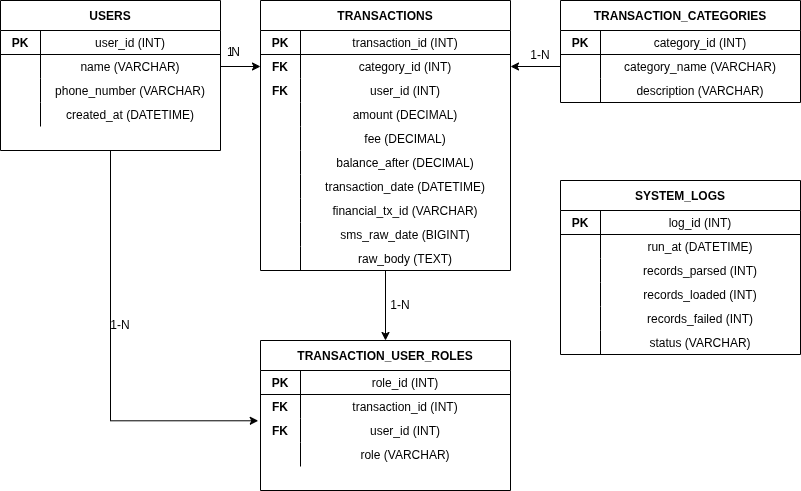
Earlier version of the draw.io export docs/erd_diagram.drawio.png (LorrisHIRA/momo-data-pipeline). Source tidied: cells renumbered, new cells last; positions are measured from the earlier drawing's top-left corner, leaving out a move shared by most shapes.
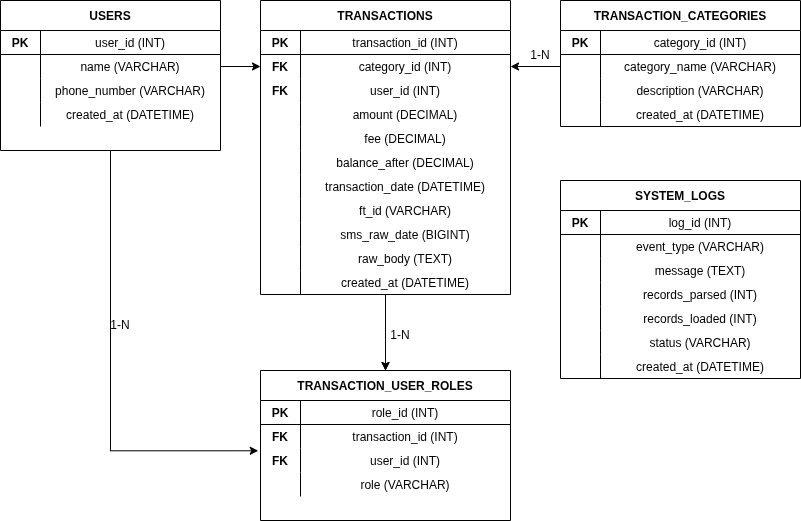
The same diagram one commit later.

Commit message:
updated erd with missing columns

What changed in the source:
```diff
@@ -42,7 +42,7 @@
       <mxGeometry x="40" width="180" height="24" as="geometry" />
     </mxCell>
     <mxCell id="15" value="TRANSACTION_CATEGORIES" style="shape=table;startSize=30;rowLines=0;fontStyle=1;align=center;" parent="1" vertex="1">
-      <mxGeometry x="560" width="240" height="102" as="geometry" />
+      <mxGeometry x="560" width="240" height="126" as="geometry" />
     </mxCell>
     <mxCell id="16" style="shape=tableRow;horizontal=0;startSize=0;swimlaneHead=0;swimlaneBody=0;fillColor=none;fontSize=12;top=0;left=0;right=0;bottom=1;" parent="15" vertex="1">
       <mxGeometry y="30" width="240" height="24" as="geometry" />
@@ -71,11 +71,20 @@
     <mxCell id="24" value="description (VARCHAR)" style="shape=partialRectangle;fillColor=none;top=0;left=0;bottom=0;right=0;" parent="22" vertex="1">
       <mxGeometry x="40" width="200" height="24" as="geometry" />
     </mxCell>
+    <mxCell id="97" style="shape=tableRow;horizontal=0;startSize=0;swimlaneHead=0;swimlaneBody=0;fillColor=none;fontSize=12;top=0;left=0;right=0;bottom=0;" parent="15" vertex="1">
+      <mxGeometry y="102" width="240" height="24" as="geometry" />
+    </mxCell>
+    <mxCell id="98" style="shape=partialRectangle;fillColor=none;top=0;left=0;bottom=0;right=0;" parent="97" vertex="1">
+      <mxGeometry width="40" height="24" as="geometry" />
+    </mxCell>
+    <mxCell id="99" value="created_at (DATETIME)" style="shape=partialRectangle;fillColor=none;top=0;left=0;bottom=0;right=0;" parent="97" vertex="1">
+      <mxGeometry x="40" width="200" height="24" as="geometry" />
+    </mxCell>
     <mxCell id="25" style="edgeStyle=orthogonalEdgeStyle;rounded=0;jettySize=auto;html=1;entryX=0.5;entryY=0;entryDx=0;entryDy=0;" parent="1" edge="1" source="26" target="57">
       <mxGeometry relative="1" as="geometry" />
     </mxCell>
     <mxCell id="26" value="TRANSACTIONS" style="shape=table;startSize=30;rowLines=0;fontStyle=1;align=center;" parent="1" vertex="1">
-      <mxGeometry x="260" width="250" height="270" as="geometry" />
+      <mxGeometry x="260" width="250" height="294" as="geometry" />
     </mxCell>
     <mxCell id="27" style="shape=tableRow;horizontal=0;startSize=0;swimlaneHead=0;swimlaneBody=0;fillColor=none;fontSize=12;top=0;left=0;right=0;bottom=1;" parent="26" vertex="1">
       <mxGeometry y="30" width="250" height="24" as="geometry" />
@@ -146,7 +155,7 @@
     <mxCell id="49" style="shape=partialRectangle;fillColor=none;top=0;left=0;bottom=0;right=0;" parent="48" vertex="1">
       <mxGeometry width="40" height="24" as="geometry" />
     </mxCell>
-    <mxCell id="50" value="financial_tx_id (VARCHAR)" style="shape=partialRectangle;fillColor=none;top=0;left=0;bottom=0;right=0;" parent="48" vertex="1">
+    <mxCell id="50" value="ft_id (VARCHAR)" style="shape=partialRectangle;fillColor=none;top=0;left=0;bottom=0;right=0;" parent="48" vertex="1">
       <mxGeometry x="40" width="210" height="24" as="geometry" />
     </mxCell>
     <mxCell id="51" style="shape=tableRow;horizontal=0;startSize=0;swimlaneHead=0;swimlaneBody=0;fillColor=none;fontSize=12;top=0;left=0;right=0;bottom=0;" parent="26" vertex="1">
@@ -167,8 +176,17 @@
     <mxCell id="56" value="raw_body (TEXT)" style="shape=partialRectangle;fillColor=none;top=0;left=0;bottom=0;right=0;" parent="54" vertex="1">
       <mxGeometry x="40" width="210" height="24" as="geometry" />
     </mxCell>
+    <mxCell id="100" style="shape=tableRow;horizontal=0;startSize=0;swimlaneHead=0;swimlaneBody=0;fillColor=none;fontSize=12;top=0;left=0;right=0;bottom=0;" parent="26" vertex="1">
+      <mxGeometry y="270" width="250" height="24" as="geometry" />
+    </mxCell>
+    <mxCell id="101" style="shape=partialRectangle;fillColor=none;top=0;left=0;bottom=0;right=0;" parent="100" vertex="1">
+      <mxGeometry width="40" height="24" as="geometry" />
+    </mxCell>
+    <mxCell id="102" value="created_at (DATETIME)" style="shape=partialRectangle;fillColor=none;top=0;left=0;bottom=0;right=0;" parent="100" vertex="1">
+      <mxGeometry x="40" width="210" height="24" as="geometry" />
+    </mxCell>
     <mxCell id="57" value="TRANSACTION_USER_ROLES" style="shape=table;startSize=30;rowLines=0;fontStyle=1;align=center;" parent="1" vertex="1">
-      <mxGeometry x="260" y="340" width="250" height="150" as="geometry" />
+      <mxGeometry x="260" y="370" width="250" height="150" as="geometry" />
     </mxCell>
     <mxCell id="58" style="shape=tableRow;horizontal=0;startSize=0;swimlaneHead=0;swimlaneBody=0;fillColor=none;fontSize=12;top=0;left=0;right=0;bottom=1;" parent="57" vertex="1">
       <mxGeometry y="30" width="250" height="24" as="geometry" />
@@ -207,7 +225,7 @@
       <mxGeometry x="40" width="210" height="24" as="geometry" />
     </mxCell>
     <mxCell id="70" value="SYSTEM_LOGS" style="shape=table;startSize=30;rowLines=0;fontStyle=1;align=center;" parent="1" vertex="1">
-      <mxGeometry x="560" y="180" width="240" height="174" as="geometry" />
+      <mxGeometry x="560" y="180" width="240" height="198" as="geometry" />
     </mxCell>
     <mxCell id="71" style="shape=tableRow;horizontal=0;startSize=0;swimlaneHead=0;swimlaneBody=0;fillColor=none;fontSize=12;top=0;left=0;right=0;bottom=1;" parent="70" vertex="1">
       <mxGeometry y="30" width="240" height="24" as="geometry" />
@@ -224,7 +242,7 @@
     <mxCell id="75" style="shape=partialRectangle;fillColor=none;top=0;left=0;bottom=0;right=0;" parent="74" vertex="1">
       <mxGeometry width="40" height="24" as="geometry" />
     </mxCell>
-    <mxCell id="76" value="run_at (DATETIME)" style="shape=partialRectangle;fillColor=none;top=0;left=0;bottom=0;right=0;" parent="74" vertex="1">
+    <mxCell id="76" value="event_type (VARCHAR)" style="shape=partialRectangle;fillColor=none;top=0;left=0;bottom=0;right=0;" parent="74" vertex="1">
       <mxGeometry x="40" width="200" height="24" as="geometry" />
     </mxCell>
     <mxCell id="77" style="shape=tableRow;horizontal=0;startSize=0;swimlaneHead=0;swimlaneBody=0;fillColor=none;fontSize=12;top=0;left=0;right=0;bottom=0;" parent="70" vertex="1">
@@ -233,7 +251,7 @@
     <mxCell id="78" style="shape=partialRectangle;fillColor=none;top=0;left=0;bottom=0;right=0;" parent="77" vertex="1">
       <mxGeometry width="40" height="24" as="geometry" />
     </mxCell>
-    <mxCell id="79" value="records_parsed (INT)" style="shape=partialRectangle;fillColor=none;top=0;left=0;bottom=0;right=0;" parent="77" vertex="1">
+    <mxCell id="79" value="message (TEXT)" style="shape=partialRectangle;fillColor=none;top=0;left=0;bottom=0;right=0;" parent="77" vertex="1">
       <mxGeometry x="40" width="200" height="24" as="geometry" />
     </mxCell>
     <mxCell id="80" style="shape=tableRow;horizontal=0;startSize=0;swimlaneHead=0;swimlaneBody=0;fillColor=none;fontSize=12;top=0;left=0;right=0;bottom=0;" parent="70" vertex="1">
@@ -242,7 +260,7 @@
     <mxCell id="81" style="shape=partialRectangle;fillColor=none;top=0;left=0;bottom=0;right=0;" parent="80" vertex="1">
       <mxGeometry width="40" height="24" as="geometry" />
     </mxCell>
-    <mxCell id="82" value="records_loaded (INT)" style="shape=partialRectangle;fillColor=none;top=0;left=0;bottom=0;right=0;" parent="80" vertex="1">
+    <mxCell id="82" value="records_parsed (INT)" style="shape=partialRectangle;fillColor=none;top=0;left=0;bottom=0;right=0;" parent="80" vertex="1">
       <mxGeometry x="40" width="200" height="24" as="geometry" />
     </mxCell>
     <mxCell id="83" style="shape=tableRow;horizontal=0;startSize=0;swimlaneHead=0;swimlaneBody=0;fillColor=none;fontSize=12;top=0;left=0;right=0;bottom=0;" parent="70" vertex="1">
@@ -251,7 +269,7 @@
     <mxCell id="84" style="shape=partialRectangle;fillColor=none;top=0;left=0;bottom=0;right=0;" parent="83" vertex="1">
       <mxGeometry width="40" height="24" as="geometry" />
     </mxCell>
-    <mxCell id="85" value="records_failed (INT)" style="shape=partialRectangle;fillColor=none;top=0;left=0;bottom=0;right=0;" parent="83" vertex="1">
+    <mxCell id="85" value="records_loaded (INT)" style="shape=partialRectangle;fillColor=none;top=0;left=0;bottom=0;right=0;" parent="83" vertex="1">
       <mxGeometry x="40" width="200" height="24" as="geometry" />
     </mxCell>
     <mxCell id="86" style="shape=tableRow;horizontal=0;startSize=0;swimlaneHead=0;swimlaneBody=0;fillColor=none;fontSize=12;top=0;left=0;right=0;bottom=0;" parent="70" vertex="1">
@@ -263,18 +281,24 @@
     <mxCell id="88" value="status (VARCHAR)" style="shape=partialRectangle;fillColor=none;top=0;left=0;bottom=0;right=0;" parent="86" vertex="1">
       <mxGeometry x="40" width="200" height="24" as="geometry" />
     </mxCell>
-    <mxCell id="89" value="1" style="html=1;align=left;verticalAlign=bottom;labelBackgroundColor=none;fontSize=12;" parent="1" vertex="1">
-      <mxGeometry x="225" y="60" as="geometry" />
-    </mxCell>
-    <mxCell id="90" value="N" style="html=1;align=right;verticalAlign=bottom;labelBackgroundColor=none;fontSize=12;" parent="1" vertex="1">
-      <mxGeometry x="240" y="60" as="geometry" />
-    </mxCell>
+    <mxCell id="103" style="shape=tableRow;horizontal=0;startSize=0;swimlaneHead=0;swimlaneBody=0;fillColor=none;fontSize=12;top=0;left=0;right=0;bottom=0;" parent="70" vertex="1">
+      <mxGeometry y="174" width="240" height="24" as="geometry" />
+    </mxCell>
+    <mxCell id="104" style="shape=partialRectangle;fillColor=none;top=0;left=0;bottom=0;right=0;" parent="103" vertex="1">
+      <mxGeometry width="40" height="24" as="geometry" />
+    </mxCell>
+    <mxCell id="105" value="created_at (DATETIME)" style="shape=partialRectangle;fillColor=none;top=0;left=0;bottom=0;right=0;" parent="103" vertex="1">
+      <mxGeometry x="40" width="200" height="24" as="geometry" />
+    </mxCell>
     <mxCell id="91" style="edgeStyle=orthogonalEdgeStyle;rounded=0;jettySize=auto;html=1;exitX=1;exitY=0.5;exitDx=0;exitDy=0;entryX=0;entryY=0.5;entryDx=0;entryDy=0;" parent="1" edge="1" source="6" target="30">
       <mxGeometry relative="1" as="geometry" />
     </mxCell>
     <mxCell id="92" style="edgeStyle=orthogonalEdgeStyle;rounded=0;jettySize=auto;html=1;entryX=1;entryY=0.5;entryDx=0;entryDy=0;" parent="1" edge="1" source="19" target="30">
       <mxGeometry relative="1" as="geometry" />
     </mxCell>
+    <mxCell id="89" style="edgeStyle=orthogonalEdgeStyle;rounded=0;jettySize=auto;html=1;entryX=0.5;entryY=0;entryDx=0;entryDy=0;" parent="1" edge="1" source="26" target="57">
+      <mxGeometry relative="1" as="geometry" />
+    </mxCell>
     <mxCell id="93" style="edgeStyle=orthogonalEdgeStyle;rounded=0;jettySize=auto;html=1;entryX=-0.009;entryY=0.095;entryDx=0;entryDy=0;entryPerimeter=0;" parent="1" edge="1" source="2" target="64">
       <mxGeometry relative="1" as="geometry" />
     </mxCell>
@@ -282,7 +306,7 @@
       <mxGeometry x="510" y="40" width="60" height="30" as="geometry" />
     </mxCell>
     <mxCell id="95" value="1-N" style="text;html=1;whiteSpace=wrap;strokeColor=none;fillColor=none;align=center;verticalAlign=middle;rounded=0;" parent="1" vertex="1">
-      <mxGeometry x="370" y="290" width="60" height="30" as="geometry" />
+      <mxGeometry x="370" y="320" width="60" height="30" as="geometry" />
     </mxCell>
     <mxCell id="96" value="1-N" style="text;html=1;whiteSpace=wrap;strokeColor=none;fillColor=none;align=center;verticalAlign=middle;rounded=0;" parent="1" vertex="1">
       <mxGeometry x="90" y="310" width="60" height="30" as="geometry" />
```
